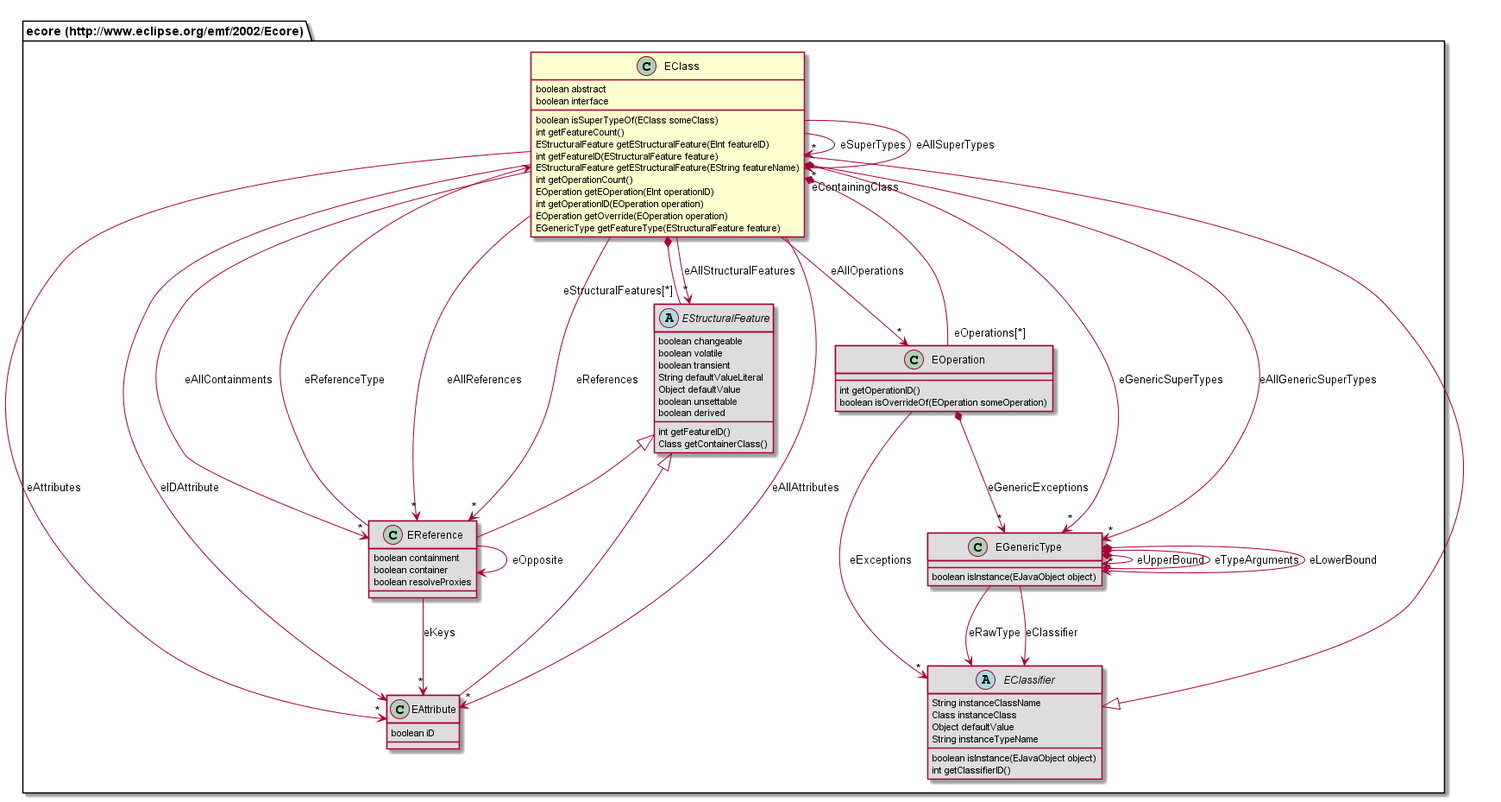
Nasdanika/server keeps this PlantUML diagram as org.nasdanika.cdo.security/site/resources/modeldoc/687474703a2f2f7777772e65636c697073652e6f72672f656d662f323030322f45636f7265/EClass.png. Above is the earlier version.
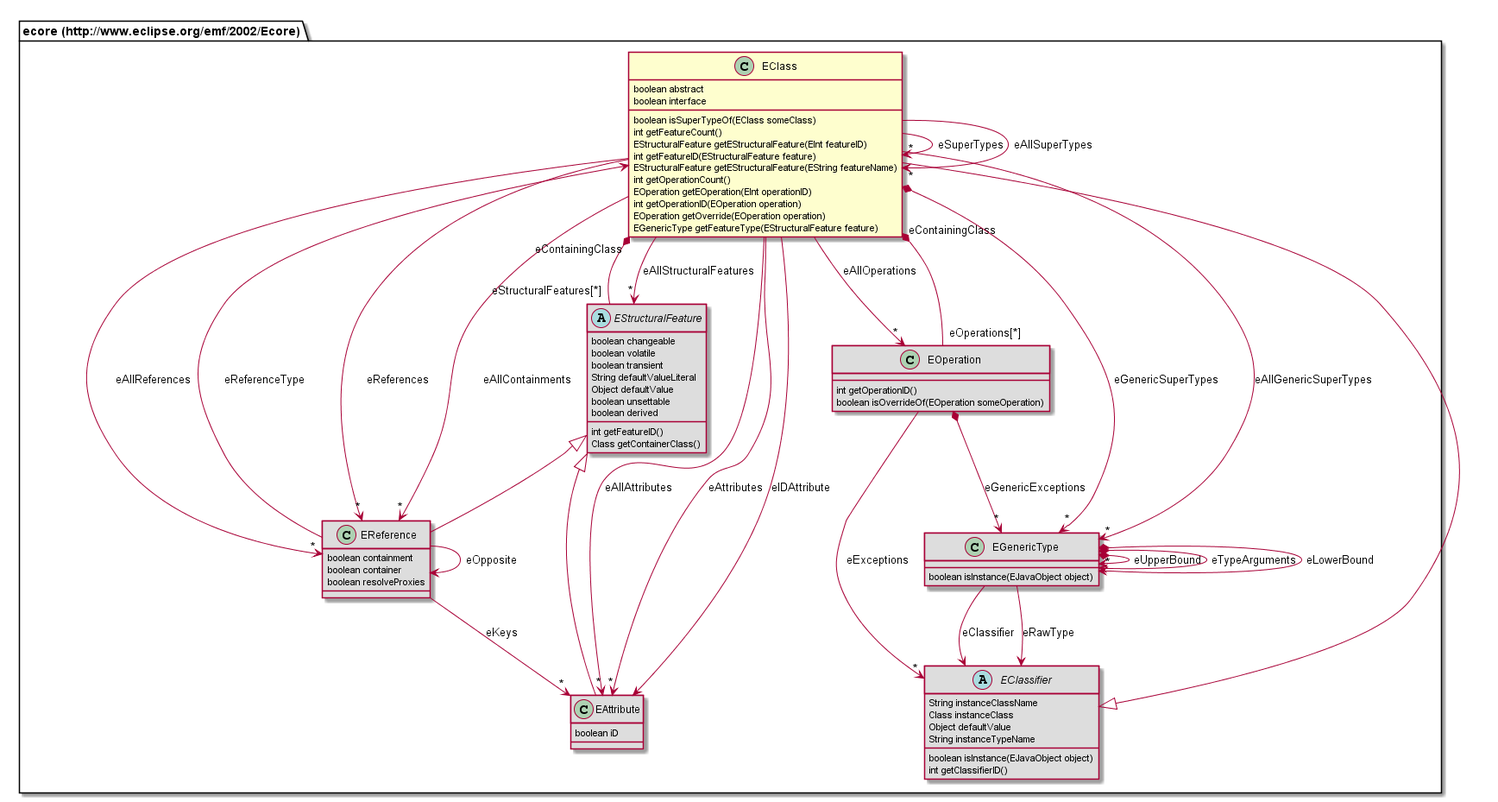
The same file after the commit.

Change to the diagram source:
```diff
@@ -18,8 +18,12 @@
 	boolean container
 	boolean resolveProxies
 }
-class "ecore (http://www.eclipse.org/emf/2002/Ecore).EGenericType" [[#router/doc-content/687474703a2f2f7777772e65636c697073652e6f72672f656d662f323030322f45636f7265/EGenericType.html]] #DDDDDD {
-	boolean isInstance(EJavaObject object)
+class "ecore (http://www.eclipse.org/emf/2002/Ecore).EAttribute" [[#router/doc-content/687474703a2f2f7777772e65636c697073652e6f72672f656d662f323030322f45636f7265/EAttribute.html]] #DDDDDD {
+	boolean iD
+}
+class "ecore (http://www.eclipse.org/emf/2002/Ecore).EOperation" [[#router/doc-content/687474703a2f2f7777772e65636c697073652e6f72672f656d662f323030322f45636f7265/EOperation.html]] #DDDDDD {
+	int getOperationID()
+	boolean isOverrideOf(EOperation someOperation)
 }
 abstract class "ecore (http://www.eclipse.org/emf/2002/Ecore).EClassifier" [[#router/doc-content/687474703a2f2f7777772e65636c697073652e6f72672f656d662f323030322f45636f7265/EClassifier.html]] #DDDDDD {
 	String instanceClassName
@@ -29,12 +33,8 @@
 	boolean isInstance(EJavaObject object)
 	int getClassifierID()
 }
-class "ecore (http://www.eclipse.org/emf/2002/Ecore).EOperation" [[#router/doc-content/687474703a2f2f7777772e65636c697073652e6f72672f656d662f323030322f45636f7265/EOperation.html]] #DDDDDD {
-	int getOperationID()
-	boolean isOverrideOf(EOperation someOperation)
-}
-class "ecore (http://www.eclipse.org/emf/2002/Ecore).EAttribute" [[#router/doc-content/687474703a2f2f7777772e65636c697073652e6f72672f656d662f323030322f45636f7265/EAttribute.html]] #DDDDDD {
-	boolean iD
+class "ecore (http://www.eclipse.org/emf/2002/Ecore).EGenericType" [[#router/doc-content/687474703a2f2f7777772e65636c697073652e6f72672f656d662f323030322f45636f7265/EGenericType.html]] #DDDDDD {
+	boolean isInstance(EJavaObject object)
 }
 abstract class "ecore (http://www.eclipse.org/emf/2002/Ecore).EStructuralFeature" [[#router/doc-content/687474703a2f2f7777772e65636c697073652e6f72672f656d662f323030322f45636f7265/EStructuralFeature.html]] #DDDDDD {
 	boolean changeable
@@ -48,19 +48,20 @@
 	Class getContainerClass()
 }
 "ecore (http://www.eclipse.org/emf/2002/Ecore).EStructuralFeature" <|-- "ecore (http://www.eclipse.org/emf/2002/Ecore).EReference"
+"ecore (http://www.eclipse.org/emf/2002/Ecore).EStructuralFeature" <|-- "ecore (http://www.eclipse.org/emf/2002/Ecore).EAttribute"
 "ecore (http://www.eclipse.org/emf/2002/Ecore).EClassifier" <|-- "ecore (http://www.eclipse.org/emf/2002/Ecore).EClass"
-"ecore (http://www.eclipse.org/emf/2002/Ecore).EStructuralFeature" <|-- "ecore (http://www.eclipse.org/emf/2002/Ecore).EAttribute"
 "ecore (http://www.eclipse.org/emf/2002/Ecore).EReference" --> "ecore (http://www.eclipse.org/emf/2002/Ecore).EReference" : eOpposite
 "ecore (http://www.eclipse.org/emf/2002/Ecore).EReference" --> "ecore (http://www.eclipse.org/emf/2002/Ecore).EClass" : eReferenceType
 "ecore (http://www.eclipse.org/emf/2002/Ecore).EReference" --> "*" "ecore (http://www.eclipse.org/emf/2002/Ecore).EAttribute" : eKeys
+"ecore (http://www.eclipse.org/emf/2002/Ecore).EOperation" "eOperations[*]" --* "eContainingClass" "ecore (http://www.eclipse.org/emf/2002/Ecore).EClass"
+"ecore (http://www.eclipse.org/emf/2002/Ecore).EOperation" --> "*" "ecore (http://www.eclipse.org/emf/2002/Ecore).EClassifier" : eExceptions
+"ecore (http://www.eclipse.org/emf/2002/Ecore).EOperation" *--> "*" "ecore (http://www.eclipse.org/emf/2002/Ecore).EGenericType" : eGenericExceptions
 "ecore (http://www.eclipse.org/emf/2002/Ecore).EGenericType" *--> "ecore (http://www.eclipse.org/emf/2002/Ecore).EGenericType" : eUpperBound
 "ecore (http://www.eclipse.org/emf/2002/Ecore).EGenericType" *--> "*" "ecore (http://www.eclipse.org/emf/2002/Ecore).EGenericType" : eTypeArguments
 "ecore (http://www.eclipse.org/emf/2002/Ecore).EGenericType" --> "ecore (http://www.eclipse.org/emf/2002/Ecore).EClassifier" : eRawType
 "ecore (http://www.eclipse.org/emf/2002/Ecore).EGenericType" *--> "ecore (http://www.eclipse.org/emf/2002/Ecore).EGenericType" : eLowerBound
 "ecore (http://www.eclipse.org/emf/2002/Ecore).EGenericType" --> "ecore (http://www.eclipse.org/emf/2002/Ecore).EClassifier" : eClassifier
-"ecore (http://www.eclipse.org/emf/2002/Ecore).EOperation" "eOperations[*]" --* "eContainingClass" "ecore (http://www.eclipse.org/emf/2002/Ecore).EClass"
-"ecore (http://www.eclipse.org/emf/2002/Ecore).EOperation" --> "*" "ecore (http://www.eclipse.org/emf/2002/Ecore).EClassifier" : eExceptions
-"ecore (http://www.eclipse.org/emf/2002/Ecore).EOperation" *--> "*" "ecore (http://www.eclipse.org/emf/2002/Ecore).EGenericType" : eGenericExceptions
+"ecore (http://www.eclipse.org/emf/2002/Ecore).EStructuralFeature" "eStructuralFeatures[*]" --* "eContainingClass" "ecore (http://www.eclipse.org/emf/2002/Ecore).EClass"
 "ecore (http://www.eclipse.org/emf/2002/Ecore).EClass" --> "*" "ecore (http://www.eclipse.org/emf/2002/Ecore).EClass" : eSuperTypes
 "ecore (http://www.eclipse.org/emf/2002/Ecore).EClass" --> "*" "ecore (http://www.eclipse.org/emf/2002/Ecore).EAttribute" : eAllAttributes
 "ecore (http://www.eclipse.org/emf/2002/Ecore).EClass" --> "*" "ecore (http://www.eclipse.org/emf/2002/Ecore).EReference" : eAllReferences
@@ -71,7 +72,6 @@
 "ecore (http://www.eclipse.org/emf/2002/Ecore).EClass" --> "*" "ecore (http://www.eclipse.org/emf/2002/Ecore).EStructuralFeature" : eAllStructuralFeatures
 "ecore (http://www.eclipse.org/emf/2002/Ecore).EClass" --> "*" "ecore (http://www.eclipse.org/emf/2002/Ecore).EClass" : eAllSuperTypes
 "ecore (http://www.eclipse.org/emf/2002/Ecore).EClass" --> "ecore (http://www.eclipse.org/emf/2002/Ecore).EAttribute" : eIDAttribute
-"ecore (http://www.eclipse.org/emf/2002/Ecore).EClass" *-- "eStructuralFeatures[*]" "ecore (http://www.eclipse.org/emf/2002/Ecore).EStructuralFeature"
 "ecore (http://www.eclipse.org/emf/2002/Ecore).EClass" *--> "*" "ecore (http://www.eclipse.org/emf/2002/Ecore).EGenericType" : eGenericSuperTypes
 "ecore (http://www.eclipse.org/emf/2002/Ecore).EClass" --> "*" "ecore (http://www.eclipse.org/emf/2002/Ecore).EGenericType" : eAllGenericSuperTypes
 @enduml
```
